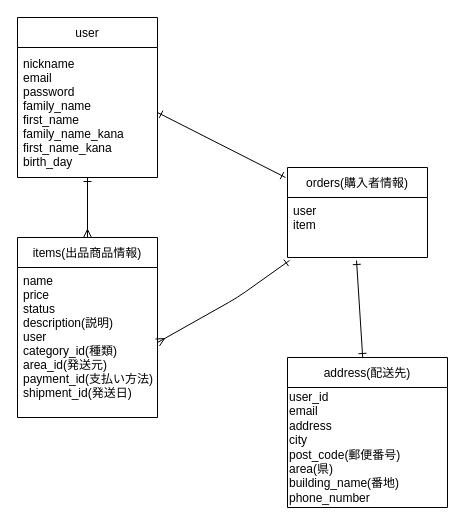
This is test.dio from 14souta/furima-37332, a draw.io file, before an edit. Source tidied: cells renumbered, new cells numbered last; positions are measured from the earlier drawing's top-left corner, leaving out a move shared by most shapes. Both pictures are drawn from the tidied source at 100%, with x=0, y=0 at pixel (17, 17).
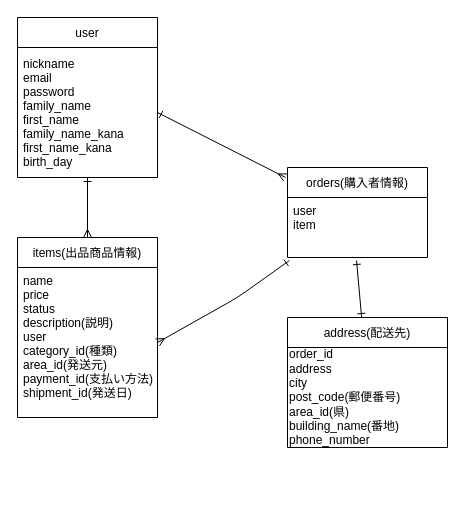
The same page after the edit.

Commit message (it also covers changes not shown here):
データベース設計修正４

Diff of the diagram source:
```diff
@@
 <mxGraphModel>
   <root>
     <mxCell id="0" />
     <mxCell id="1" parent="0" />
     <mxCell id="2" value="user" style="swimlane;fontStyle=0;horizontal=1;startSize=30;" parent="1" vertex="1">
       <mxGeometry width="140" height="160" as="geometry" />
     </mxCell>
     <mxCell id="3" value="nickname&#10;email&#10;password&#10;family_name&#10;first_name&#10;family_name_kana&#10;first_name_kana&#10;birth_day" style="text;strokeColor=none;fillColor=none;align=left;verticalAlign=middle;spacingLeft=4;spacingRight=4;overflow=hidden;points=[[0,0.5],[1,0.5]];portConstraint=eastwest;" parent="2" vertex="1">
       <mxGeometry y="30" width="140" height="130" as="geometry" />
     </mxCell>
     <mxCell id="4" value="items(出品商品情報)" style="swimlane;fontStyle=0;horizontal=1;startSize=30;" parent="1" vertex="1">
       <mxGeometry y="220" width="140" height="180" as="geometry" />
     </mxCell>
     <mxCell id="5" value="name&#10;price&#10;status&#10;description(説明)&#10;user&#10;category_id(種類)&#10;area_id(発送元)&#10;payment_id(支払い方法)&#10;shipment_id(発送日)&#10;&#10;&#10;&#10;" style="text;strokeColor=none;fillColor=none;align=left;verticalAlign=top;spacingLeft=4;spacingRight=4;overflow=hidden;points=[[0,0.5],[1,0.5]];portConstraint=eastwest;" parent="4" vertex="1">
       <mxGeometry y="30" width="140" height="150" as="geometry" />
     </mxCell>
     <mxCell id="6" value="orders(購入者情報)" style="swimlane;fontStyle=0;horizontal=1;startSize=30;" parent="1" vertex="1">
       <mxGeometry x="270" y="150" width="140" height="90" as="geometry" />
     </mxCell>
     <mxCell id="7" value="user&#10;item" style="text;strokeColor=none;fillColor=none;align=left;verticalAlign=top;spacingLeft=4;spacingRight=4;overflow=hidden;points=[[0,0.5],[1,0.5]];portConstraint=eastwest;" parent="6" vertex="1">
       <mxGeometry y="30" width="140" height="60" as="geometry" />
     </mxCell>
     <mxCell id="8" style="edgeStyle=none;html=1;entryX=0.493;entryY=1.05;entryDx=0;entryDy=0;entryPerimeter=0;startArrow=ERone;startFill=0;endArrow=ERone;endFill=0;" parent="1" edge="1" source="9" target="7">
       <mxGeometry relative="1" as="geometry" />
     </mxCell>
     <mxCell id="9" value="address(配送先)" style="swimlane;fontStyle=0;horizontal=1;startSize=30;" parent="1" vertex="1">
-      <mxGeometry x="270" y="340" width="160" height="150" as="geometry" />
+      <mxGeometry x="270" y="300" width="160" height="130" as="geometry" />
     </mxCell>
-    <mxCell id="10" value="user_id&lt;br&gt;email&lt;br&gt;address&lt;br&gt;city&lt;br&gt;post_code(郵便番号)&lt;br&gt;area(県)&lt;br&gt;building_name(番地)&lt;br&gt;phone_number" style="text;html=1;align=left;verticalAlign=middle;strokeColor=none;fillColor=none;" parent="9" vertex="1">
-      <mxGeometry y="30" width="160" height="120" as="geometry" />
+    <mxCell id="10" value="order_id&lt;br&gt;address&lt;br&gt;city&lt;br&gt;post_code(郵便番号)&lt;br&gt;area_id(県)&lt;br&gt;building_name(番地)&lt;br&gt;phone_number" style="text;html=1;align=left;verticalAlign=middle;strokeColor=none;fillColor=none;" parent="9" vertex="1">
+      <mxGeometry y="30" width="160" height="100" as="geometry" />
     </mxCell>
-    <mxCell id="11" style="edgeStyle=none;html=1;exitX=1;exitY=0.5;exitDx=0;exitDy=0;entryX=-0.014;entryY=0.111;entryDx=0;entryDy=0;entryPerimeter=0;startArrow=ERone;startFill=0;endArrow=ERone;endFill=0;" parent="1" edge="1" source="3" target="6">
+    <mxCell id="11" style="edgeStyle=none;html=1;exitX=1;exitY=0.5;exitDx=0;exitDy=0;entryX=-0.014;entryY=0.111;entryDx=0;entryDy=0;entryPerimeter=0;startArrow=ERone;startFill=0;endArrow=ERmany;endFill=0;" parent="1" edge="1" source="3" target="6">
       <mxGeometry relative="1" as="geometry" />
     </mxCell>
     <mxCell id="12" style="edgeStyle=none;html=1;entryX=0.5;entryY=0;entryDx=0;entryDy=0;startArrow=ERone;startFill=0;endArrow=ERmany;endFill=0;" parent="1" edge="1" source="3" target="4">
       <mxGeometry relative="1" as="geometry" />
     </mxCell>
     <mxCell id="13" style="edgeStyle=none;html=1;entryX=0.014;entryY=1.05;entryDx=0;entryDy=0;entryPerimeter=0;startArrow=ERmany;startFill=0;endArrow=ERone;endFill=0;exitX=1;exitY=0.5;exitDx=0;exitDy=0;" parent="1" edge="1" source="5" target="7">
       <mxGeometry relative="1" as="geometry">
         <Array as="points">
           <mxPoint x="220" y="280" />
         </Array>
       </mxGeometry>
     </mxCell>
   </root>
 </mxGraphModel>
```
